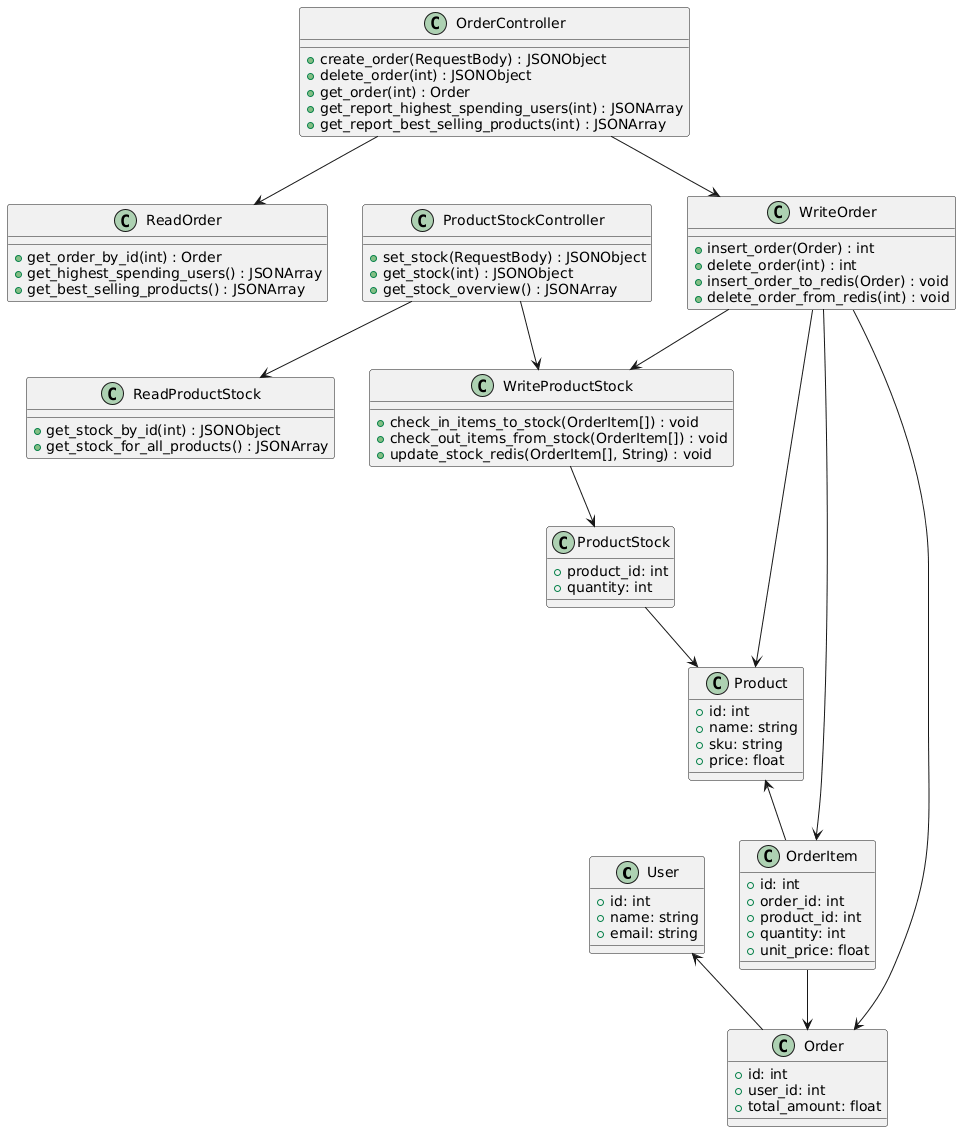
This is docs/arc42/class.png from sMarchane17/log430-a25-labo3, a PlantUML export, as it was before one commit.
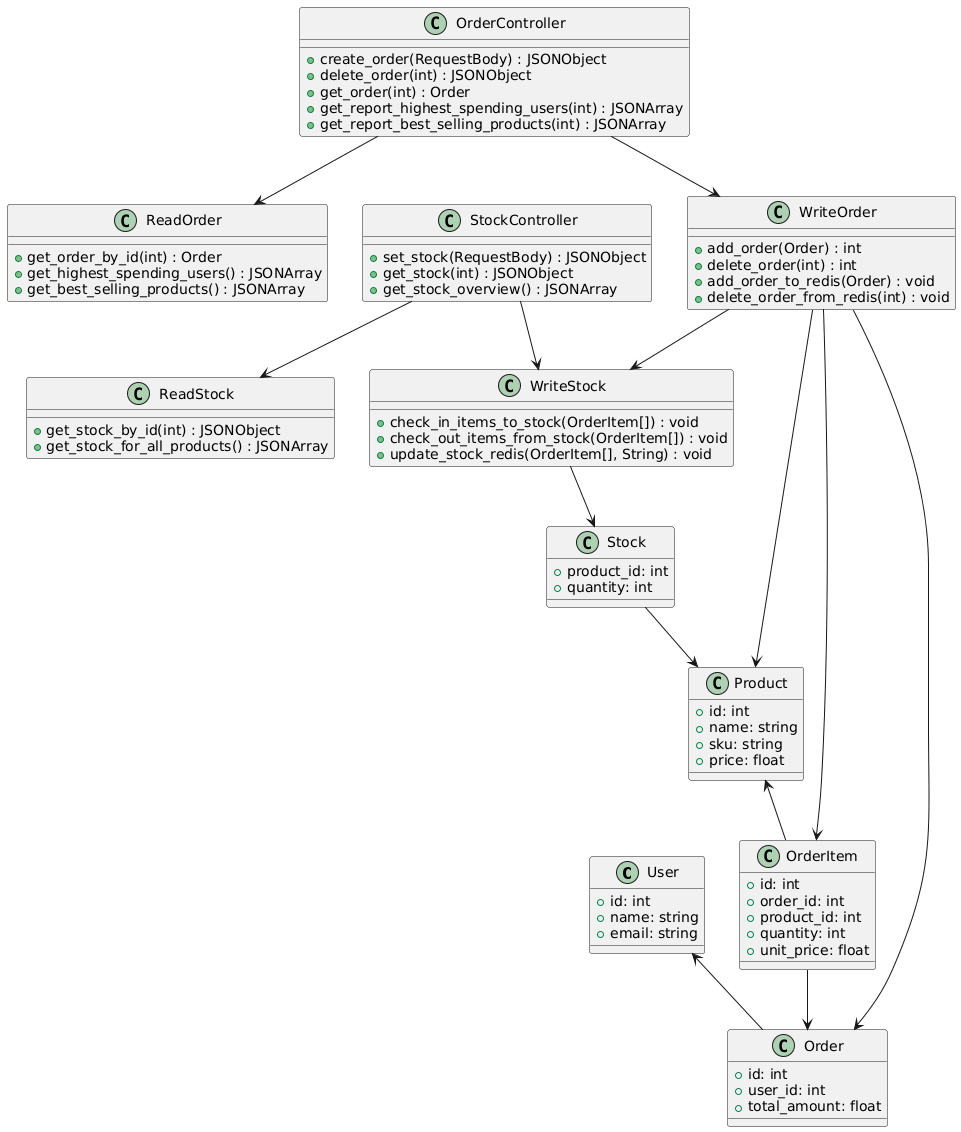
The same file after the commit.

Change to the diagram source:
```diff
@@ -12,7 +12,7 @@
         + price: float
     }
 
-    class ProductStock {
+    class Stock {
         + product_id: int
         + quantity: int
     }
@@ -32,19 +32,19 @@
     }
 
     class WriteOrder {
-        + insert_order(Order) : int
+        + add_order(Order) : int
         + delete_order(int) : int
-        + insert_order_to_redis(Order) : void
+        + add_order_to_redis(Order) : void
         + delete_order_from_redis(int) : void
     }
 
-    class WriteProductStock {
+    class WriteStock {
         + check_in_items_to_stock(OrderItem[]) : void
         + check_out_items_from_stock(OrderItem[]) : void
         + update_stock_redis(OrderItem[], String) : void
     }
 
-    class ReadProductStock {
+    class ReadStock {
         + get_stock_by_id(int) : JSONObject
         + get_stock_for_all_products() : JSONArray
     }
@@ -63,7 +63,7 @@
         + get_report_best_selling_products(int) : JSONArray
     }
 
-    class ProductStockController {
+    class StockController {
         + set_stock(RequestBody) : JSONObject
         + get_stock(int) : JSONObject
         + get_stock_overview() : JSONArray
@@ -75,11 +75,11 @@
     WriteOrder --> Order
     WriteOrder --> OrderItem
     WriteOrder --> Product
-    WriteOrder --> WriteProductStock
-    WriteProductStock --> ProductStock
+    WriteOrder --> WriteStock
+    WriteStock --> Stock
     OrderController --> WriteOrder
     OrderController --> ReadOrder
-    ProductStockController --> ReadProductStock
-    ProductStockController --> WriteProductStock
-    ProductStock --> Product
+    StockController --> ReadStock
+    StockController --> WriteStock
+    Stock --> Product
 @enduml
```
